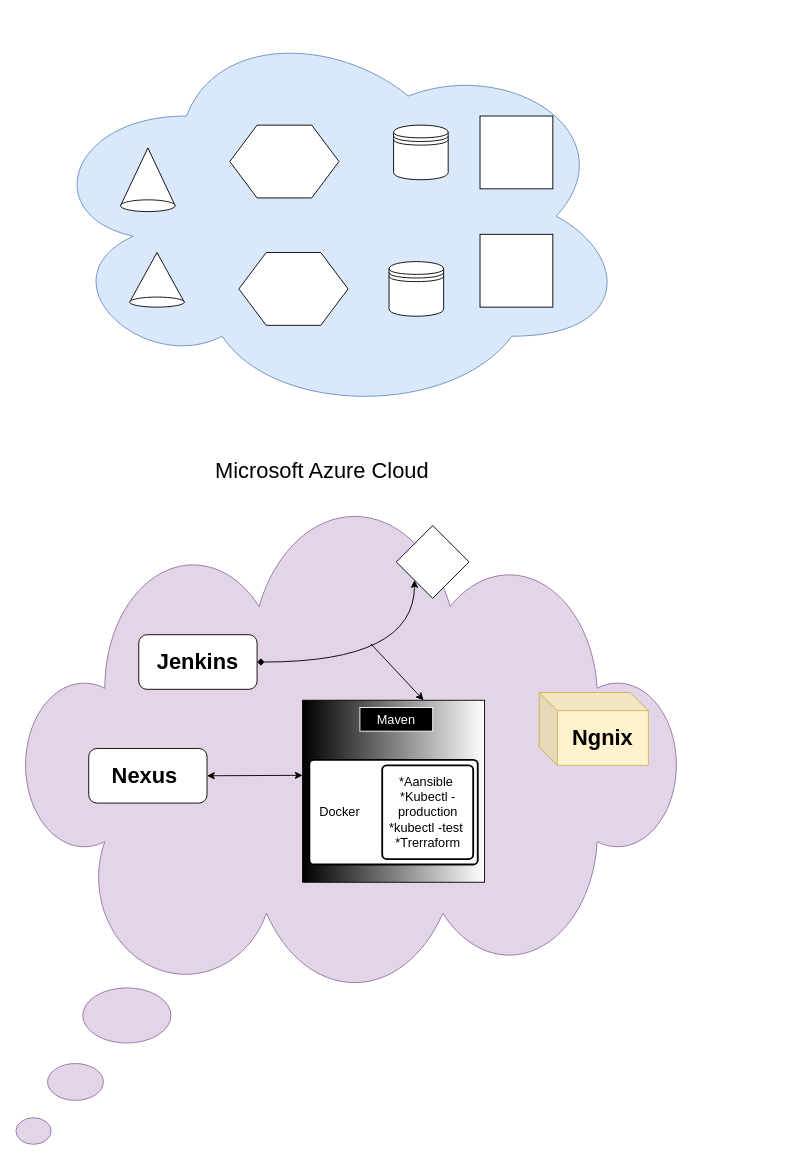
Earlier version of the draw.io diagram page "Page-1" (1 of 2) of Untitled Diagram.drawio (kraiem12/Projet-infra-aszure). Source tidied: cells renumbered, new cells numbered last; positions are measured from the earlier drawing's top-left corner, leaving out a move shared by most shapes. Both pictures are drawn from the tidied source at 91%, with x=0, y=0 at pixel (15, 15).
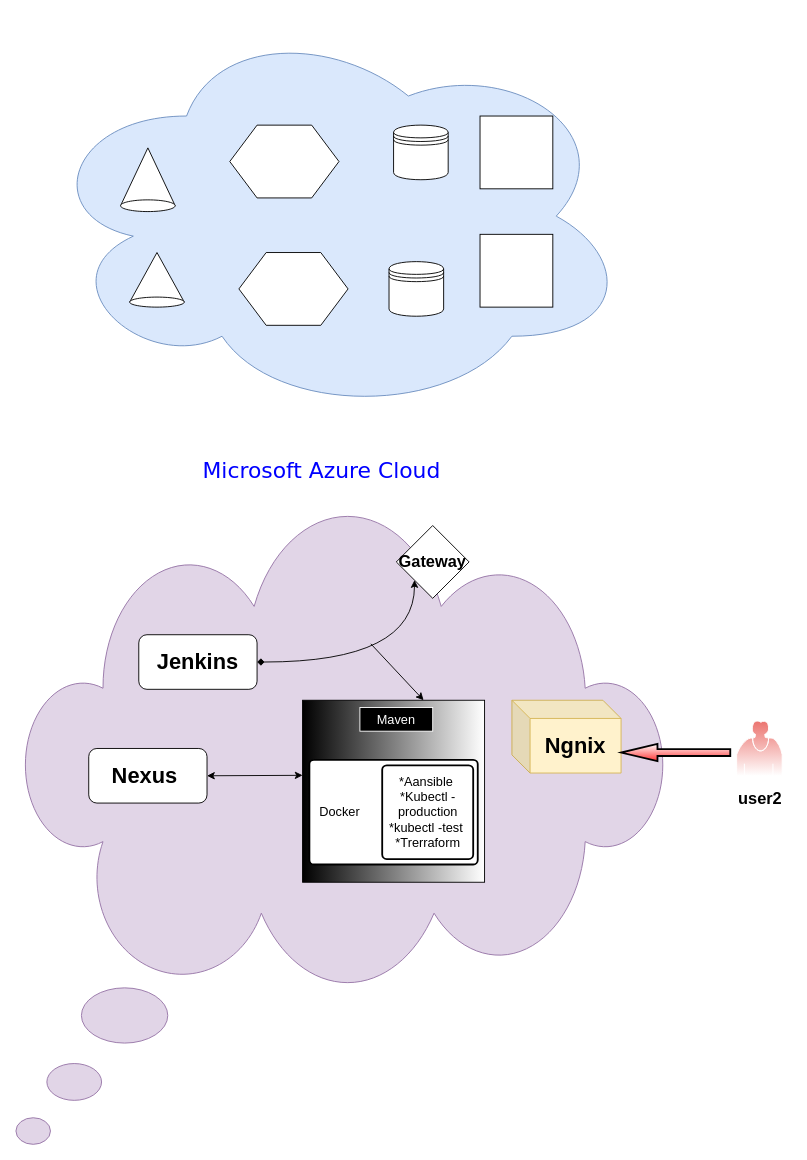
Above is the later version.

Diff of the diagram source:
```diff
@@
     <mxCell id="11" style="whiteSpace=wrap;html=1;shape=mxgraph.basic.cloud_callout;fillColor=#e1d5e7;strokeColor=#9673a6;" parent="1" vertex="1">
-      <mxGeometry y="550" width="730" height="690" as="geometry" />
+      <mxGeometry y="550" width="715" height="690" as="geometry" />
     </mxCell>
     <mxCell id="12" value="&lt;h1&gt;&lt;b&gt;Ngnix&lt;/b&gt;&lt;/h1&gt;" style="shape=cube;whiteSpace=wrap;html=1;boundedLbl=1;backgroundOutline=1;darkOpacity=0.05;darkOpacity2=0.1;fillColor=#fff2cc;strokeColor=#d6b656;" parent="1" vertex="1">
-      <mxGeometry x="575" y="743.5" width="120" height="80" as="geometry" />
+      <mxGeometry x="545" y="752" width="120" height="80" as="geometry" />
     </mxCell>
@@
-    <mxCell id="17" style="rhombus;whiteSpace=wrap;html=1;" parent="1" vertex="1">
+    <mxCell id="17" value="&lt;h2&gt;&lt;b&gt;Gateway&lt;/b&gt;&lt;/h2&gt;" style="rhombus;whiteSpace=wrap;html=1;" parent="1" vertex="1">
       <mxGeometry x="418" y="560" width="80" height="80" as="geometry" />
     </mxCell>
-    <mxCell id="18" value="&lt;h1&gt;&lt;span style=&quot;font-weight: normal&quot;&gt;Microsoft Azure Cloud&amp;nbsp;&lt;/span&gt;&lt;/h1&gt;" style="text;html=1;strokeColor=none;fillColor=none;align=center;verticalAlign=middle;whiteSpace=wrap;rounded=0;" parent="1" vertex="1">
+    <mxCell id="18" value="&lt;h1&gt;&lt;span style=&quot;font-weight: normal&quot;&gt;&lt;font face=&quot;Verdana&quot; color=&quot;#0000ff&quot;&gt;Microsoft Azure Cloud&amp;nbsp;&lt;/font&gt;&lt;/span&gt;&lt;/h1&gt;" style="text;html=1;strokeColor=none;fillColor=none;align=center;verticalAlign=middle;whiteSpace=wrap;rounded=0;" parent="1" vertex="1">
       <mxGeometry x="200" y="490" width="280" height="20" as="geometry" />
     </mxCell>
@@
+    <mxCell id="25" style="shape=mxgraph.bpmn.user_task;html=1;strokeColor=#FFFFFF;fillColor=#EA6B66;gradientColor=#ffffff;fontColor=#FFFFFF;" parent="1" vertex="1">
+      <mxGeometry x="792" y="759" width="50" height="76" as="geometry" />
+    </mxCell>
+    <mxCell id="26" style="verticalLabelPosition=bottom;verticalAlign=top;html=1;strokeWidth=2;shape=mxgraph.arrows2.arrow;dy=0.6;dx=40;notch=0;fillColor=#FF3333;gradientColor=#ffffff;fontColor=#FFFFFF;shadow=0;direction=west;" parent="1" vertex="1">
+      <mxGeometry x="665" y="800" width="120" height="19" as="geometry" />
+    </mxCell>
+    <mxCell id="27" value="&lt;h2&gt;&lt;font color=&quot;#000000&quot;&gt;&lt;b&gt;user2&lt;/b&gt;&lt;/font&gt;&lt;/h2&gt;&lt;font color=&quot;#000000&quot;&gt;&lt;br&gt;&lt;/font&gt;" style="text;html=1;align=left;verticalAlign=top;spacingTop=-4;fontColor=#FFFFFF;" parent="1" vertex="1">
+      <mxGeometry x="792" y="832" width="60" height="60" as="geometry" />
+    </mxCell>
```
